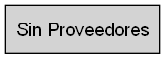
This is EDD_Proyecto_Fase1/reportes/proveedores.png from BM200/EDD_1S2026_PY_-202200147, a Graphviz export, as it was before one commit. Its source is kept beside it as EDD_Proyecto_Fase1/reportes/proveedores.dot.
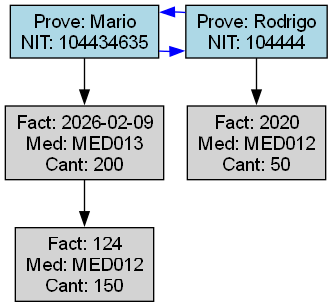
The same file after the commit.

What changed in the source:
```diff
@@ -1,5 +1,16 @@
 digraph G {
     rankdir=TB;
     node [shape=box, style=filled, fontname="Arial"];
-    Vacio [label="Sin Proveedores"];
+    { rank=same;
+        "Prov_104434635" [label="Prove: Mario\nNIT: 104434635", fillcolor=lightblue, group=104434635];
+        "Prov_104444" [label="Prove: Rodrigo\nNIT: 104444", fillcolor=lightblue, group=104444];
+    }
+    "Prov_104434635" -> "Prov_104444" [constraint=false, color=blue];
+    "Prov_104444" -> "Prov_104434635" [constraint=false, color=blue];
+    "Ent_104434635_2026-02-09" [label="Fact: 2026-02-09\nMed: MED013\nCant: 200", fillcolor=lightgrey, group=104434635];
+    "Prov_104434635" -> "Ent_104434635_2026-02-09";
+    "Ent_104434635_124" [label="Fact: 124\nMed: MED012\nCant: 150", fillcolor=lightgrey, group=104434635];
+    "Ent_104434635_2026-02-09" -> "Ent_104434635_124";
+    "Ent_104444_2020" [label="Fact: 2020\nMed: MED012\nCant: 50", fillcolor=lightgrey, group=104444];
+    "Prov_104444" -> "Ent_104444_2020";
 }
```
